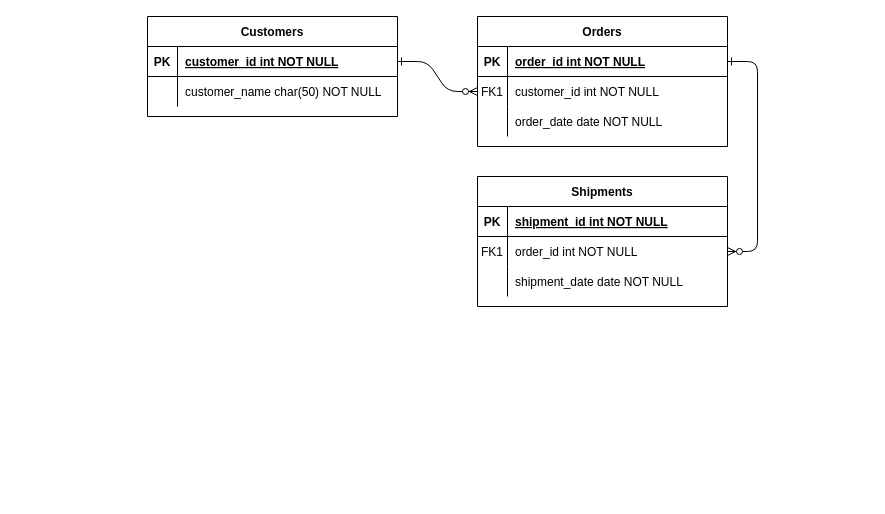
Above: ER_BD.drawio in pizzo-kyle/unige (draw.io), before the change. Source tidied: cells renumbered, new cells numbered last; positions are measured from the earlier drawing's top-left corner, leaving out a move shared by most shapes. Both pictures are drawn from the tidied source at 100%, with x=0, y=0 at pixel (147, 16).
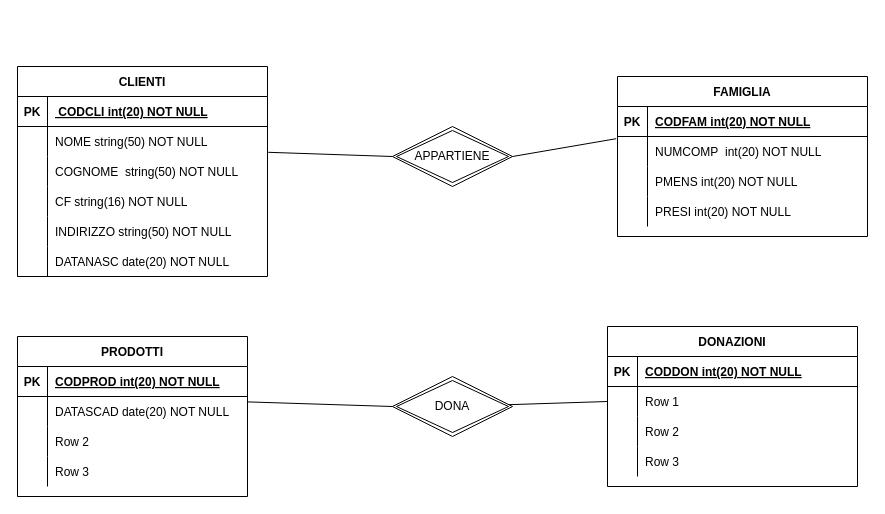
The same diagram, later.

The change refers to these unchanged cells:
```xml
<mxCell id="5" style="shape=partialRectangle;fillColor=none;points=[[0,0.5],[1,0.5]];portConstraint=eastwest;top=0;left=0;right=0;bottom=1;" parent="4" vertex="1">
  <mxGeometry y="30" width="250" height="30" as="geometry" />
</mxCell>
<mxCell id="8" style="shape=partialRectangle;fillColor=none;points=[[0,0.5],[1,0.5]];portConstraint=eastwest;top=0;left=0;right=0;bottom=0;" parent="4" vertex="1">
  <mxGeometry y="60" width="250" height="30" as="geometry" />
</mxCell>
<mxCell id="11" style="shape=partialRectangle;fillColor=none;top=0;left=0;right=0;bottom=0;" parent="4" vertex="1">
  <mxGeometry y="90" width="250" height="30" as="geometry" />
</mxCell>
<mxCell id="25" style="shape=partialRectangle;fillColor=none;points=[[0,0.5],[1,0.5]];portConstraint=eastwest;top=0;left=0;right=0;bottom=1;" parent="24" vertex="1">
  <mxGeometry y="30" width="250" height="30" as="geometry" />
</mxCell>
<mxCell id="28" style="shape=partialRectangle;fillColor=none;points=[[0,0.5],[1,0.5]];portConstraint=eastwest;top=0;left=0;right=0;bottom=0;" parent="24" vertex="1">
  <mxGeometry y="60" width="250" height="30" as="geometry" />
</mxCell>
```

What changed in the source:
```diff
@@
-    <mxCell id="2" style="edgeStyle=entityRelationEdgeStyle;endArrow=ERzeroToMany;startArrow=ERone;endFill=1;startFill=0;" parent="1" edge="1" source="25" target="8">
-      <mxGeometry relative="1" as="geometry" />
-    </mxCell>
-    <mxCell id="3" style="edgeStyle=entityRelationEdgeStyle;endArrow=ERzeroToMany;startArrow=ERone;endFill=1;startFill=0;" parent="1" edge="1" source="5" target="18">
-      <mxGeometry relative="1" as="geometry" />
-    </mxCell>
-    <mxCell id="4" value="Orders" style="shape=table;startSize=30;childLayout=tableLayout;rowLines=0;fontStyle=1;align=center;" parent="1" vertex="1">
-      <mxGeometry x="330" width="250" height="130" as="geometry" />
+    <mxCell id="4" value="FAMIGLIA" style="shape=table;startSize=30;childLayout=tableLayout;rowLines=0;fontStyle=1;align=center;" parent="1" vertex="1">
+      <mxGeometry x="470" y="60" width="250" height="160" as="geometry" />
     </mxCell>
@@
-    <mxCell id="7" value="order_id int NOT NULL " style="shape=partialRectangle;overflow=hidden;fillColor=none;top=0;left=0;bottom=0;right=0;align=left;spacingLeft=6;fontStyle=5;" parent="5" vertex="1">
+    <mxCell id="7" value="CODFAM int(20) NOT NULL " style="shape=partialRectangle;overflow=hidden;fillColor=none;top=0;left=0;bottom=0;right=0;align=left;spacingLeft=6;fontStyle=5;" parent="5" vertex="1">
       <mxGeometry x="30" width="220" height="30" as="geometry" />
     </mxCell>
@@
-    <mxCell id="9" value="FK1" style="shape=partialRectangle;overflow=hidden;fillColor=none;top=0;left=0;bottom=0;right=0;" parent="8" vertex="1">
+    <mxCell id="9" style="shape=partialRectangle;overflow=hidden;fillColor=none;top=0;left=0;bottom=0;right=0;" parent="8" vertex="1">
       <mxGeometry width="30" height="30" as="geometry" />
     </mxCell>
-    <mxCell id="10" value="customer_id int NOT NULL" style="shape=partialRectangle;overflow=hidden;fillColor=none;top=0;left=0;bottom=0;right=0;align=left;spacingLeft=6;" parent="8" vertex="1">
+    <mxCell id="10" value="NUMCOMP  int(20) NOT NULL" style="shape=partialRectangle;overflow=hidden;fillColor=none;top=0;left=0;bottom=0;right=0;align=left;spacingLeft=6;" parent="8" vertex="1">
       <mxGeometry x="30" width="220" height="30" as="geometry" />
     </mxCell>
@@
-    <mxCell id="13" value="order_date date NOT NULL" style="shape=partialRectangle;overflow=hidden;fillColor=none;top=0;left=0;bottom=0;right=0;align=left;spacingLeft=6;" parent="11" vertex="1">
+    <mxCell id="13" value="PMENS int(20) NOT NULL" style="shape=partialRectangle;overflow=hidden;fillColor=none;top=0;left=0;bottom=0;right=0;align=left;spacingLeft=6;" parent="11" vertex="1">
       <mxGeometry x="30" width="220" height="30" as="geometry" />
     </mxCell>
-    <mxCell id="14" value="Shipments" style="shape=table;startSize=30;childLayout=tableLayout;rowLines=0;fontStyle=1;align=center;" parent="1" vertex="1">
-      <mxGeometry x="330" y="160" width="250" height="130" as="geometry" />
-    </mxCell>
-    <mxCell id="15" style="shape=partialRectangle;fillColor=none;top=0;left=0;right=0;bottom=1;" parent="14" vertex="1">
-      <mxGeometry y="30" width="250" height="30" as="geometry" />
-    </mxCell>
-    <mxCell id="16" value="PK" style="shape=partialRectangle;overflow=hidden;fillColor=none;top=0;left=0;bottom=0;right=0;fontStyle=1;" parent="15" vertex="1">
-      <mxGeometry width="30" height="30" as="geometry" />
-    </mxCell>
-    <mxCell id="17" value="shipment_id int NOT NULL " style="shape=partialRectangle;overflow=hidden;fillColor=none;top=0;left=0;bottom=0;right=0;align=left;spacingLeft=6;fontStyle=5;" parent="15" vertex="1">
-      <mxGeometry x="30" width="220" height="30" as="geometry" />
-    </mxCell>
-    <mxCell id="18" style="shape=partialRectangle;fillColor=none;points=[[0,0.5],[1,0.5]];portConstraint=eastwest;top=0;left=0;right=0;bottom=0;" parent="14" vertex="1">
-      <mxGeometry y="60" width="250" height="30" as="geometry" />
-    </mxCell>
-    <mxCell id="19" value="FK1" style="shape=partialRectangle;overflow=hidden;fillColor=none;top=0;left=0;bottom=0;right=0;" parent="18" vertex="1">
-      <mxGeometry width="30" height="30" as="geometry" />
-    </mxCell>
-    <mxCell id="20" value="order_id int NOT NULL" style="shape=partialRectangle;overflow=hidden;fillColor=none;top=0;left=0;bottom=0;right=0;align=left;spacingLeft=6;" parent="18" vertex="1">
-      <mxGeometry x="30" width="220" height="30" as="geometry" />
-    </mxCell>
-    <mxCell id="21" style="shape=partialRectangle;fillColor=none;top=0;left=0;right=0;bottom=0;" parent="14" vertex="1">
-      <mxGeometry y="90" width="250" height="30" as="geometry" />
-    </mxCell>
-    <mxCell id="22" style="shape=partialRectangle;overflow=hidden;fillColor=none;top=0;left=0;bottom=0;right=0;" parent="21" vertex="1">
-      <mxGeometry width="30" height="30" as="geometry" />
-    </mxCell>
-    <mxCell id="23" value="shipment_date date NOT NULL" style="shape=partialRectangle;overflow=hidden;fillColor=none;top=0;left=0;bottom=0;right=0;align=left;spacingLeft=6;" parent="21" vertex="1">
-      <mxGeometry x="30" width="220" height="30" as="geometry" />
-    </mxCell>
+    <mxCell id="31" style="shape=partialRectangle;fillColor=none;top=0;left=0;right=0;bottom=0;" parent="4" vertex="1">
+      <mxGeometry y="120" width="250" height="30" as="geometry" />
+    </mxCell>
+    <mxCell id="32" style="shape=partialRectangle;overflow=hidden;fillColor=none;top=0;left=0;bottom=0;right=0;" parent="31" vertex="1">
+      <mxGeometry width="30" height="30" as="geometry" />
+    </mxCell>
+    <mxCell id="33" value="PRESI int(20) NOT NULL" style="shape=partialRectangle;overflow=hidden;fillColor=none;top=0;left=0;bottom=0;right=0;align=left;spacingLeft=6;" parent="31" vertex="1">
+      <mxGeometry x="30" width="220" height="30" as="geometry" />
+    </mxCell>
-    <mxCell id="24" value="Customers" style="shape=table;startSize=30;childLayout=tableLayout;rowLines=0;fontStyle=1;align=center;" parent="1" vertex="1">
-      <mxGeometry width="250" height="100" as="geometry" />
+    <mxCell id="24" value="CLIENTI" style="shape=table;startSize=30;childLayout=tableLayout;rowLines=0;fontStyle=1;align=center;" parent="1" vertex="1">
+      <mxGeometry x="-130" y="50" width="250" height="210" as="geometry" />
     </mxCell>
@@
-    <mxCell id="27" value="customer_id int NOT NULL " style="shape=partialRectangle;overflow=hidden;fillColor=none;top=0;left=0;bottom=0;right=0;align=left;spacingLeft=6;fontStyle=5;" parent="25" vertex="1">
+    <mxCell id="27" value=" CODCLI int(20) NOT NULL" style="shape=partialRectangle;overflow=hidden;fillColor=none;top=0;left=0;bottom=0;right=0;align=left;spacingLeft=6;fontStyle=5;" parent="25" vertex="1">
       <mxGeometry x="30" width="220" height="30" as="geometry" />
     </mxCell>
@@
-    <mxCell id="30" value="customer_name char(50) NOT NULL" style="shape=partialRectangle;overflow=hidden;fillColor=none;top=0;left=0;bottom=0;right=0;align=left;spacingLeft=6;" parent="28" vertex="1">
+    <mxCell id="30" value="NOME string(50) NOT NULL" style="shape=partialRectangle;overflow=hidden;fillColor=none;top=0;left=0;bottom=0;right=0;align=left;spacingLeft=6;" parent="28" vertex="1">
       <mxGeometry x="30" width="220" height="30" as="geometry" />
     </mxCell>
+    <mxCell id="21" style="shape=partialRectangle;fillColor=none;top=0;left=0;right=0;bottom=0;" parent="24" vertex="1">
+      <mxGeometry y="90" width="250" height="30" as="geometry" />
+    </mxCell>
+    <mxCell id="34" style="shape=partialRectangle;overflow=hidden;fillColor=none;top=0;left=0;bottom=0;right=0;" parent="21" vertex="1">
+      <mxGeometry width="30" height="30" as="geometry" />
+    </mxCell>
+    <mxCell id="35" value="COGNOME  string(50) NOT NULL" style="shape=partialRectangle;overflow=hidden;fillColor=none;top=0;left=0;bottom=0;right=0;align=left;spacingLeft=6;" parent="21" vertex="1">
+      <mxGeometry x="30" width="220" height="30" as="geometry" />
+    </mxCell>
+    <mxCell id="36" style="shape=partialRectangle;fillColor=none;top=0;left=0;right=0;bottom=0;" parent="24" vertex="1">
+      <mxGeometry y="120" width="250" height="30" as="geometry" />
+    </mxCell>
+    <mxCell id="37" style="shape=partialRectangle;overflow=hidden;fillColor=none;top=0;left=0;bottom=0;right=0;" parent="36" vertex="1">
+      <mxGeometry width="30" height="30" as="geometry" />
+    </mxCell>
+    <mxCell id="38" value="CF string(16) NOT NULL" style="shape=partialRectangle;overflow=hidden;fillColor=none;top=0;left=0;bottom=0;right=0;align=left;spacingLeft=6;" parent="36" vertex="1">
+      <mxGeometry x="30" width="220" height="30" as="geometry" />
+    </mxCell>
+    <mxCell id="39" style="shape=partialRectangle;fillColor=none;top=0;left=0;right=0;bottom=0;" parent="24" vertex="1">
+      <mxGeometry y="150" width="250" height="30" as="geometry" />
+    </mxCell>
+    <mxCell id="40" style="shape=partialRectangle;overflow=hidden;fillColor=none;top=0;left=0;bottom=0;right=0;" parent="39" vertex="1">
+      <mxGeometry width="30" height="30" as="geometry" />
+    </mxCell>
+    <mxCell id="41" value="INDIRIZZO string(50) NOT NULL" style="shape=partialRectangle;overflow=hidden;fillColor=none;top=0;left=0;bottom=0;right=0;align=left;spacingLeft=6;" parent="39" vertex="1">
+      <mxGeometry x="30" width="220" height="30" as="geometry" />
+    </mxCell>
+    <mxCell id="42" style="shape=partialRectangle;fillColor=none;top=0;left=0;right=0;bottom=0;" parent="24" vertex="1">
+      <mxGeometry y="180" width="250" height="30" as="geometry" />
+    </mxCell>
+    <mxCell id="43" style="shape=partialRectangle;overflow=hidden;fillColor=none;top=0;left=0;bottom=0;right=0;" parent="42" vertex="1">
+      <mxGeometry width="30" height="30" as="geometry" />
+    </mxCell>
+    <mxCell id="44" value="DATANASC date(20) NOT NULL" style="shape=partialRectangle;overflow=hidden;fillColor=none;top=0;left=0;bottom=0;right=0;align=left;spacingLeft=6;" parent="42" vertex="1">
+      <mxGeometry x="30" width="220" height="30" as="geometry" />
+    </mxCell>
+    <mxCell id="45" value="APPARTIENE" style="shape=rhombus;double=1;perimeter=rhombusPerimeter;whiteSpace=wrap;html=1;align=center;" parent="1" vertex="1">
+      <mxGeometry x="245" y="110" width="120" height="60" as="geometry" />
+    </mxCell>
+    <mxCell id="46" style="endArrow=none;html=1;rounded=0;exitX=1.003;exitY=0.86;exitDx=0;exitDy=0;exitPerimeter=0;entryX=0;entryY=0.5;entryDx=0;entryDy=0;" parent="1" edge="1" source="28" target="45">
+      <mxGeometry relative="1" as="geometry" />
+    </mxCell>
+    <mxCell id="47" style="endArrow=none;html=1;rounded=0;exitX=1;exitY=0.5;exitDx=0;exitDy=0;entryX=-0.005;entryY=0.073;entryDx=0;entryDy=0;entryPerimeter=0;" parent="1" edge="1" source="45" target="8">
+      <mxGeometry relative="1" as="geometry" />
+    </mxCell>
+    <mxCell id="48" value="PRODOTTI" style="shape=table;startSize=30;childLayout=tableLayout;rowLines=0;fontStyle=1;align=center;" parent="1" vertex="1">
+      <mxGeometry x="-130" y="320" width="230" height="160" as="geometry" />
+    </mxCell>
+    <mxCell id="49" style="shape=tableRow;horizontal=0;startSize=0;swimlaneHead=0;swimlaneBody=0;fillColor=none;top=0;left=0;right=0;bottom=1;" parent="48" vertex="1">
+      <mxGeometry y="30" width="230" height="30" as="geometry" />
+    </mxCell>
+    <mxCell id="50" value="PK" style="shape=partialRectangle;fillColor=none;top=0;left=0;bottom=0;right=0;fontStyle=1;overflow=hidden;" parent="49" vertex="1">
+      <mxGeometry width="30" height="30" as="geometry" />
+    </mxCell>
+    <mxCell id="51" value="CODPROD int(20) NOT NULL" style="shape=partialRectangle;fillColor=none;top=0;left=0;bottom=0;right=0;align=left;spacingLeft=6;fontStyle=5;overflow=hidden;" parent="49" vertex="1">
+      <mxGeometry x="30" width="200" height="30" as="geometry" />
+    </mxCell>
+    <mxCell id="52" style="shape=tableRow;horizontal=0;startSize=0;swimlaneHead=0;swimlaneBody=0;fillColor=none;points=[[0,0.5],[1,0.5]];portConstraint=eastwest;top=0;left=0;right=0;bottom=0;" parent="48" vertex="1">
+      <mxGeometry y="60" width="230" height="30" as="geometry" />
+    </mxCell>
+    <mxCell id="53" style="shape=partialRectangle;fillColor=none;top=0;left=0;bottom=0;right=0;overflow=hidden;" parent="52" vertex="1">
+      <mxGeometry width="30" height="30" as="geometry" />
+    </mxCell>
+    <mxCell id="54" value="DATASCAD date(20) NOT NULL" style="shape=partialRectangle;fillColor=none;top=0;left=0;bottom=0;right=0;align=left;spacingLeft=6;overflow=hidden;" parent="52" vertex="1">
+      <mxGeometry x="30" width="200" height="30" as="geometry" />
+    </mxCell>
+    <mxCell id="55" style="shape=tableRow;horizontal=0;startSize=0;swimlaneHead=0;swimlaneBody=0;fillColor=none;top=0;left=0;right=0;bottom=0;" parent="48" vertex="1">
+      <mxGeometry y="90" width="230" height="30" as="geometry" />
+    </mxCell>
+    <mxCell id="56" style="shape=partialRectangle;fillColor=none;top=0;left=0;bottom=0;right=0;overflow=hidden;" parent="55" vertex="1">
+      <mxGeometry width="30" height="30" as="geometry" />
+    </mxCell>
+    <mxCell id="57" value="Row 2" style="shape=partialRectangle;fillColor=none;top=0;left=0;bottom=0;right=0;align=left;spacingLeft=6;overflow=hidden;" parent="55" vertex="1">
+      <mxGeometry x="30" width="200" height="30" as="geometry" />
+    </mxCell>
+    <mxCell id="58" style="shape=tableRow;horizontal=0;startSize=0;swimlaneHead=0;swimlaneBody=0;fillColor=none;top=0;left=0;right=0;bottom=0;" parent="48" vertex="1">
+      <mxGeometry y="120" width="230" height="30" as="geometry" />
+    </mxCell>
+    <mxCell id="59" style="shape=partialRectangle;fillColor=none;top=0;left=0;bottom=0;right=0;overflow=hidden;" parent="58" vertex="1">
+      <mxGeometry width="30" height="30" as="geometry" />
+    </mxCell>
+    <mxCell id="60" value="Row 3" style="shape=partialRectangle;fillColor=none;top=0;left=0;bottom=0;right=0;align=left;spacingLeft=6;overflow=hidden;" parent="58" vertex="1">
+      <mxGeometry x="30" width="200" height="30" as="geometry" />
+    </mxCell>
+    <mxCell id="61" value="DONAZIONI" style="shape=table;startSize=30;childLayout=tableLayout;rowLines=0;fontStyle=1;align=center;" parent="1" vertex="1">
+      <mxGeometry x="460" y="310" width="250" height="160" as="geometry" />
+    </mxCell>
+    <mxCell id="62" style="shape=tableRow;horizontal=0;startSize=0;swimlaneHead=0;swimlaneBody=0;fillColor=none;top=0;left=0;right=0;bottom=1;" parent="61" vertex="1">
+      <mxGeometry y="30" width="250" height="30" as="geometry" />
+    </mxCell>
+    <mxCell id="63" value="PK" style="shape=partialRectangle;fillColor=none;top=0;left=0;bottom=0;right=0;fontStyle=1;overflow=hidden;" parent="62" vertex="1">
+      <mxGeometry width="30" height="30" as="geometry" />
+    </mxCell>
+    <mxCell id="64" value="CODDON int(20) NOT NULL" style="shape=partialRectangle;fillColor=none;top=0;left=0;bottom=0;right=0;align=left;spacingLeft=6;fontStyle=5;overflow=hidden;" parent="62" vertex="1">
+      <mxGeometry x="30" width="220" height="30" as="geometry" />
+    </mxCell>
+    <mxCell id="65" style="shape=tableRow;horizontal=0;startSize=0;swimlaneHead=0;swimlaneBody=0;fillColor=none;points=[[0,0.5],[1,0.5]];portConstraint=eastwest;top=0;left=0;right=0;bottom=0;" parent="61" vertex="1">
+      <mxGeometry y="60" width="250" height="30" as="geometry" />
+    </mxCell>
+    <mxCell id="66" style="shape=partialRectangle;fillColor=none;top=0;left=0;bottom=0;right=0;overflow=hidden;" parent="65" vertex="1">
+      <mxGeometry width="30" height="30" as="geometry" />
+    </mxCell>
+    <mxCell id="67" value="Row 1" style="shape=partialRectangle;fillColor=none;top=0;left=0;bottom=0;right=0;align=left;spacingLeft=6;overflow=hidden;" parent="65" vertex="1">
+      <mxGeometry x="30" width="220" height="30" as="geometry" />
+    </mxCell>
+    <mxCell id="68" style="shape=tableRow;horizontal=0;startSize=0;swimlaneHead=0;swimlaneBody=0;fillColor=none;top=0;left=0;right=0;bottom=0;" parent="61" vertex="1">
+      <mxGeometry y="90" width="250" height="30" as="geometry" />
+    </mxCell>
+    <mxCell id="69" style="shape=partialRectangle;fillColor=none;top=0;left=0;bottom=0;right=0;overflow=hidden;" parent="68" vertex="1">
+      <mxGeometry width="30" height="30" as="geometry" />
+    </mxCell>
+    <mxCell id="70" value="Row 2" style="shape=partialRectangle;fillColor=none;top=0;left=0;bottom=0;right=0;align=left;spacingLeft=6;overflow=hidden;" parent="68" vertex="1">
+      <mxGeometry x="30" width="220" height="30" as="geometry" />
+    </mxCell>
+    <mxCell id="71" style="shape=tableRow;horizontal=0;startSize=0;swimlaneHead=0;swimlaneBody=0;fillColor=none;top=0;left=0;right=0;bottom=0;" parent="61" vertex="1">
+      <mxGeometry y="120" width="250" height="30" as="geometry" />
+    </mxCell>
+    <mxCell id="72" style="shape=partialRectangle;fillColor=none;top=0;left=0;bottom=0;right=0;overflow=hidden;" parent="71" vertex="1">
+      <mxGeometry width="30" height="30" as="geometry" />
+    </mxCell>
+    <mxCell id="73" value="Row 3" style="shape=partialRectangle;fillColor=none;top=0;left=0;bottom=0;right=0;align=left;spacingLeft=6;overflow=hidden;" parent="71" vertex="1">
+      <mxGeometry x="30" width="220" height="30" as="geometry" />
+    </mxCell>
+    <mxCell id="74" value="DONA" style="shape=rhombus;double=1;perimeter=rhombusPerimeter;whiteSpace=wrap;html=1;align=center;" parent="1" vertex="1">
+      <mxGeometry x="245" y="360" width="120" height="60" as="geometry" />
+    </mxCell>
+    <mxCell id="75" style="endArrow=none;html=1;rounded=0;exitX=1;exitY=0.18;exitDx=0;exitDy=0;exitPerimeter=0;entryX=0;entryY=0.5;entryDx=0;entryDy=0;" parent="1" edge="1" source="52" target="74">
+      <mxGeometry relative="1" as="geometry" />
+    </mxCell>
+    <mxCell id="76" style="endArrow=none;html=1;rounded=0;entryX=0;entryY=0.5;entryDx=0;entryDy=0;" parent="1" edge="1" source="74" target="65">
+      <mxGeometry relative="1" as="geometry" />
+    </mxCell>
```
